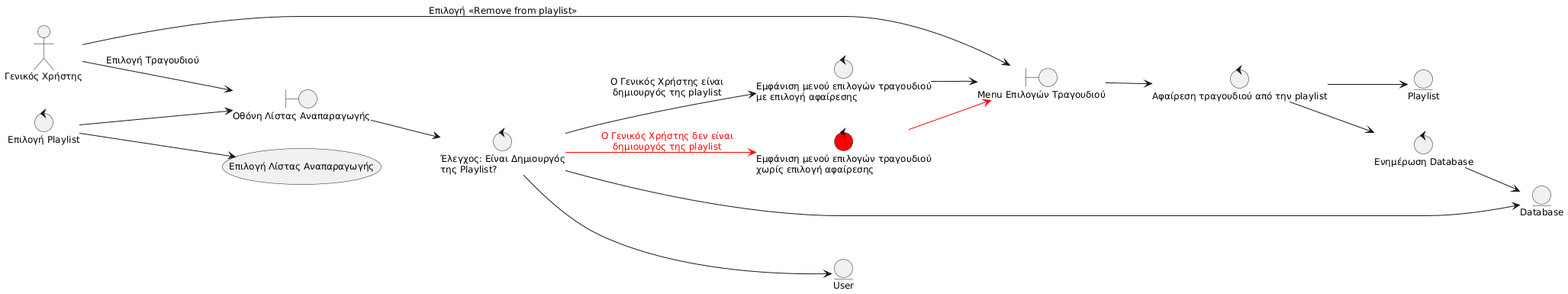
RubenKingCP/Tunix keeps this PlantUML diagram as Paradoteo_4/Robustness-diagrams-v0.3/5. Remove from playlist.png. Above is the earlier version.
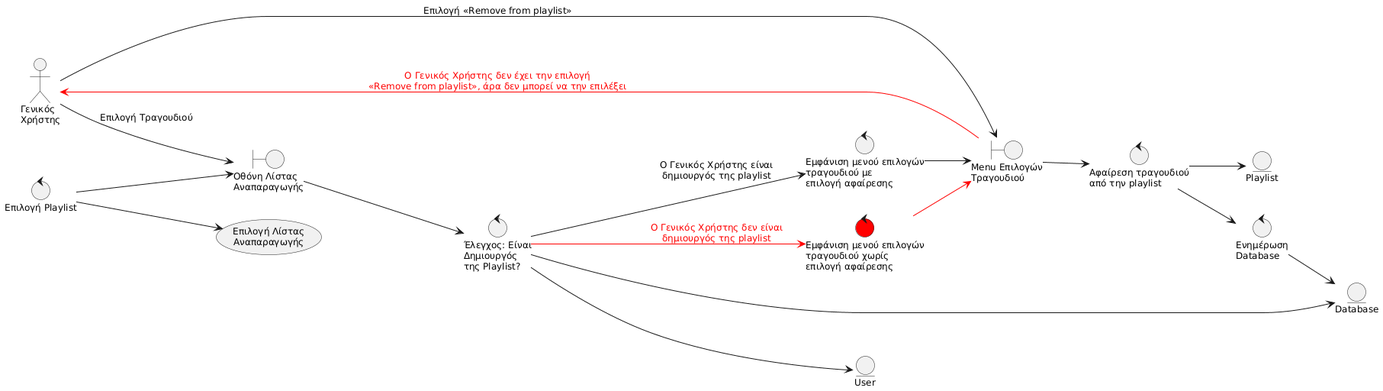
After the commit.

Diff of the diagram source:
```diff
@@ -2,23 +2,23 @@
 skinparam defaultFontSize 12
 left to right direction
 
-actor "Γενικός Χρήστης" as GX
+actor "Γενικός\nΧρήστης" as GX
 
-boundary "Οθόνη Λίστας Αναπαραγωγής" as B_PL
-boundary "Menu Επιλογών Τραγουδιού" as B_SGM
+boundary "Οθόνη Λίστας\nΑναπαραγωγής" as B_PL
+boundary "Menu Επιλογών\nΤραγουδιού" as B_SGM
 
 control "Επιλογή Playlist" as C_PSEL
-control "Έλεγχος: Είναι Δημιουργός\nτης Playlist?" as C_ISC
-control "Εμφάνιση μενού επιλογών τραγουδιού\nμε επιλογή αφαίρεσης" as C_WRM
-control "Αφαίρεση τραγουδιού από την playlist" as C_RM
-control "Ενημέρωση Database" as C_UPDB
-control "Εμφάνιση μενού επιλογών τραγουδιού\nχωρίς επιλογή αφαίρεσης" as C_WORM #red
+control "Έλεγχος: Είναι\nΔημιουργός\nτης Playlist?" as C_ISC
+control "Εμφάνιση μενού επιλογών\nτραγουδιού με\nεπιλογή αφαίρεσης" as C_WRM
+control "Αφαίρεση τραγουδιού\nαπό την playlist" as C_RM
+control "Ενημέρωση\nDatabase" as C_UPDB
+control "Εμφάνιση μενού επιλογών\nτραγουδιού χωρίς\nεπιλογή αφαίρεσης" as C_WORM #red
 
 entity "Database" as E_DB
 entity "Playlist" as E_PL
 entity "User" as E_USR
 
-usecase "Επιλογή Λίστας Αναπαραγωγής" as UC_PSEL
+usecase "Επιλογή Λίστας\nΑναπαραγωγής" as UC_PSEL
 
 C_PSEL --> UC_PSEL
 C_PSEL --> B_PL
@@ -35,4 +35,5 @@
 C_UPDB --> E_DB
 C_ISC -[#red]-> C_WORM : <font color="red">Ο Γενικός Χρήστης δεν είναι</font>\n<font color="red">δημιουργός της playlist</font>
 C_WORM -[#red]-> B_SGM
+B_SGM -[#red]-> GX : <font color="red">Ο Γενικός Χρήστης δεν έχει την επιλογή</font>\n<font color="red"><<Remove from playlist>>, άρα δεν μπορεί να την επιλέξει</font>
 @enduml
```
